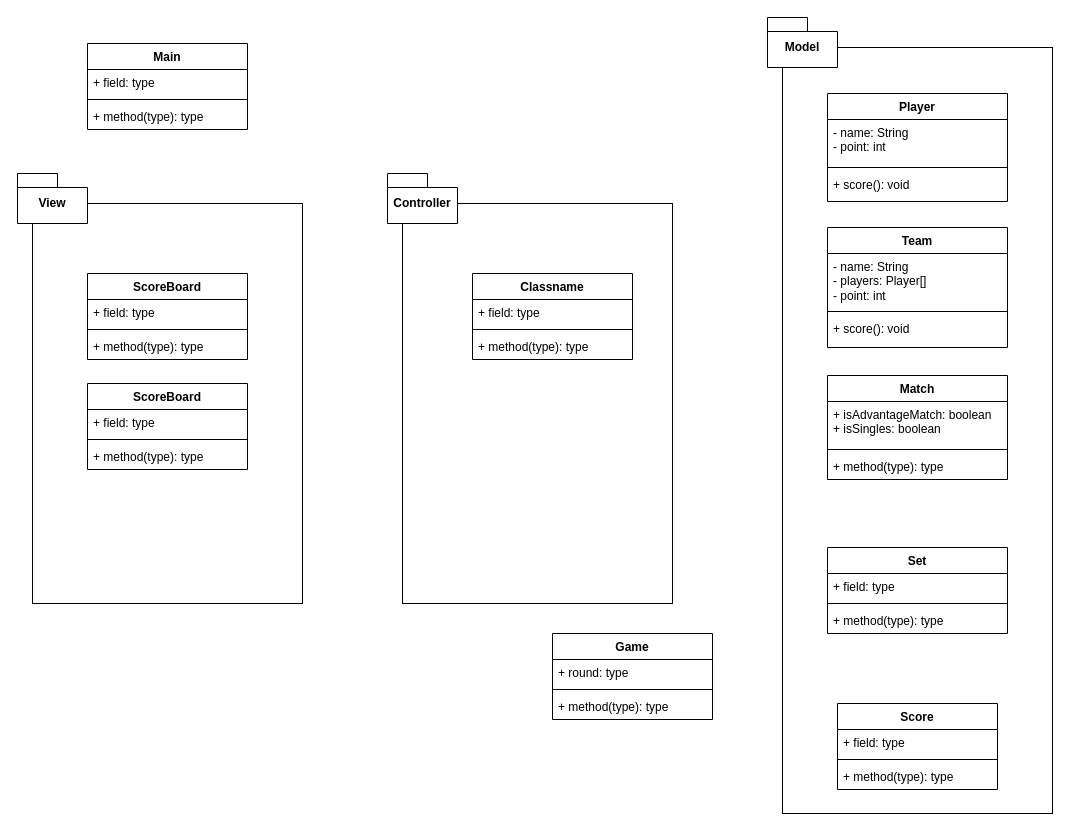
Yeji-Kim-Erica/match-point keeps this draw.io diagram as page "Class Diagram" (4 of 4) of docs/diagrams/architecture.drawio. Above is the earlier version. Source tidied: cells renumbered, new cells numbered last; positions are measured from the earlier drawing's top-left corner, leaving out a move shared by most shapes. Both pictures are drawn from the tidied source at 100%, with x=0, y=0 at pixel (17, 17).
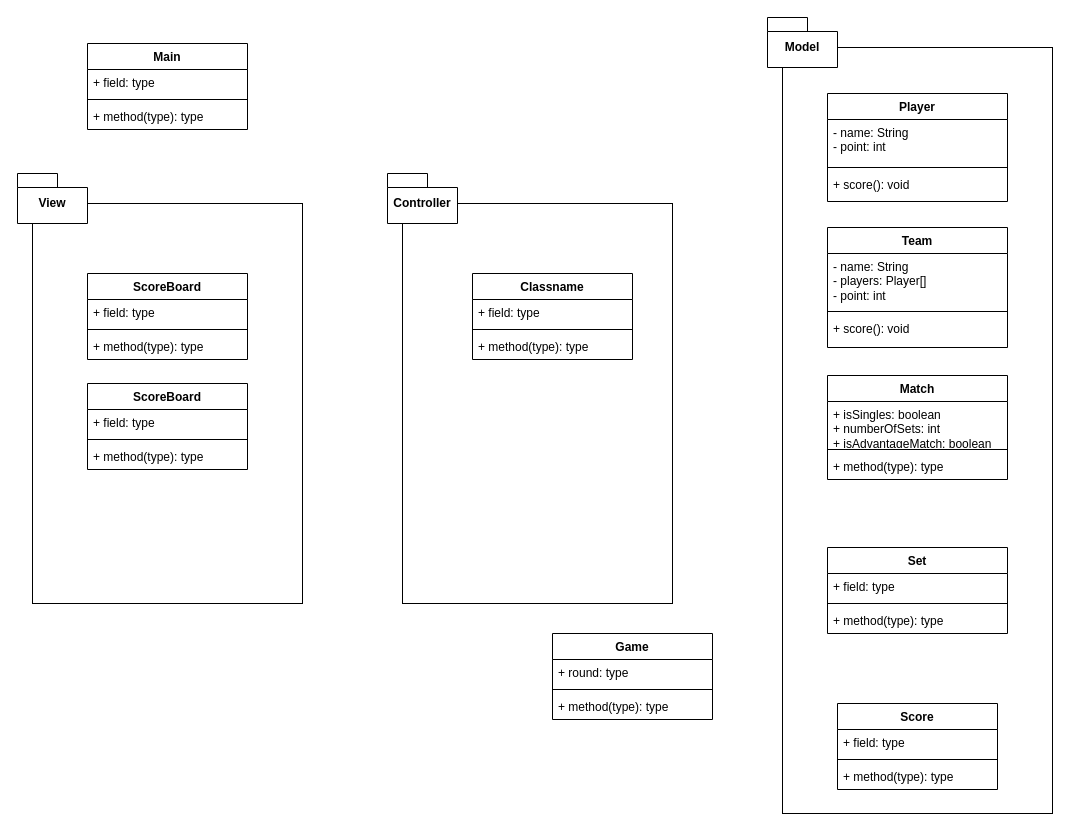
The same diagram, later.

The change refers to these unchanged cells:
```xml
<mxCell id="23" value="Match" style="swimlane;fontStyle=1;align=center;verticalAlign=top;horizontal=1;startSize=26;whiteSpace=wrap;html=1;" parent="1" vertex="1">
  <mxGeometry x="810" y="358" width="180" height="104" as="geometry" />
</mxCell>
```

What changed in the source:
```diff
@@
-    <mxCell id="24" value="+ isAdvantageMatch: boolean&lt;div&gt;+ isSingles: boolean&lt;/div&gt;" style="text;strokeColor=none;fillColor=none;align=left;verticalAlign=top;spacingLeft=4;spacingRight=4;overflow=hidden;whiteSpace=wrap;html=1;" parent="23" vertex="1">
+    <mxCell id="24" value="&lt;div&gt;+ isSingles: boolean&lt;/div&gt;&lt;div&gt;+ numberOfSets: int&lt;/div&gt;&lt;div&gt;+ isAdvantageMatch: boolean&lt;/div&gt;" style="text;strokeColor=none;fillColor=none;align=left;verticalAlign=top;spacingLeft=4;spacingRight=4;overflow=hidden;whiteSpace=wrap;html=1;" parent="23" vertex="1">
       <mxGeometry y="26" width="180" height="44" as="geometry" />
     </mxCell>
```
